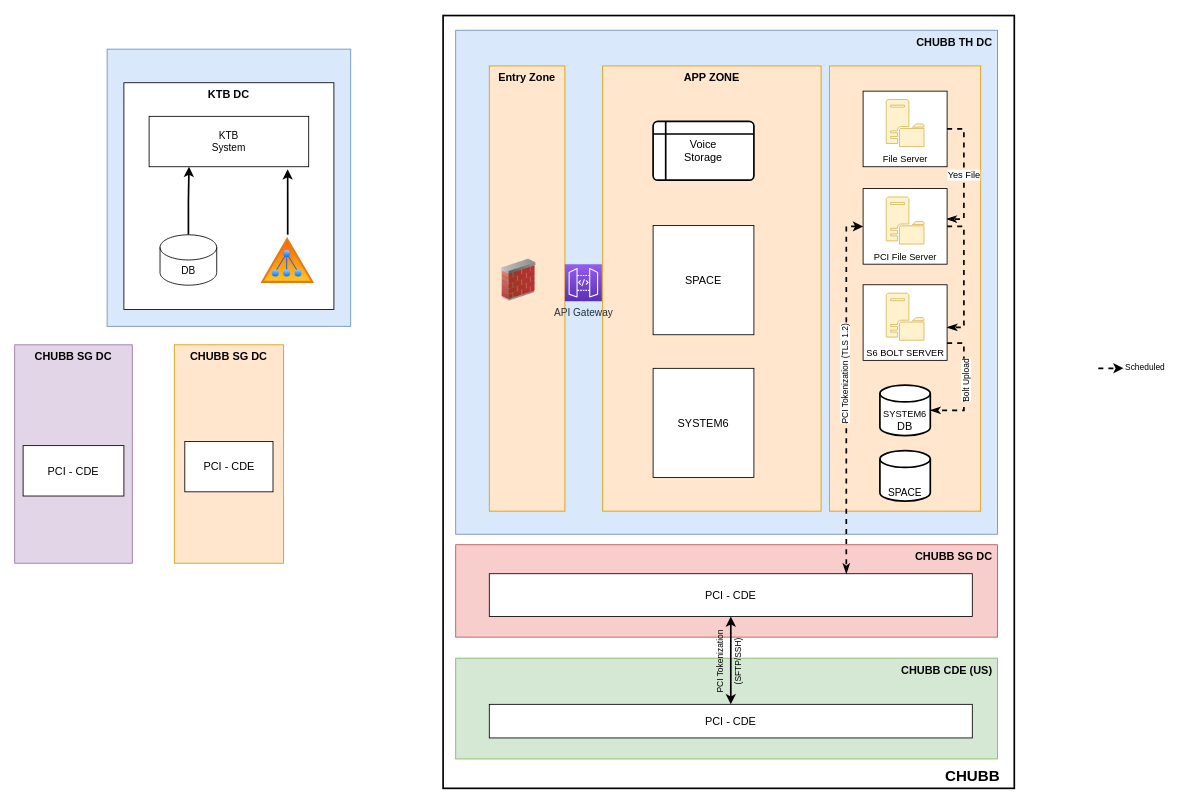
saileshsharma/saileshsharma keeps this draw.io diagram as KTB.drawio. Above is the earlier version. Source tidied: cells renumbered, new cells numbered last; positions are measured from the earlier drawing's top-left corner, leaving out a move shared by most shapes. Both pictures are drawn from the tidied source at 84%, with x=0, y=0 at pixel (14, 15).
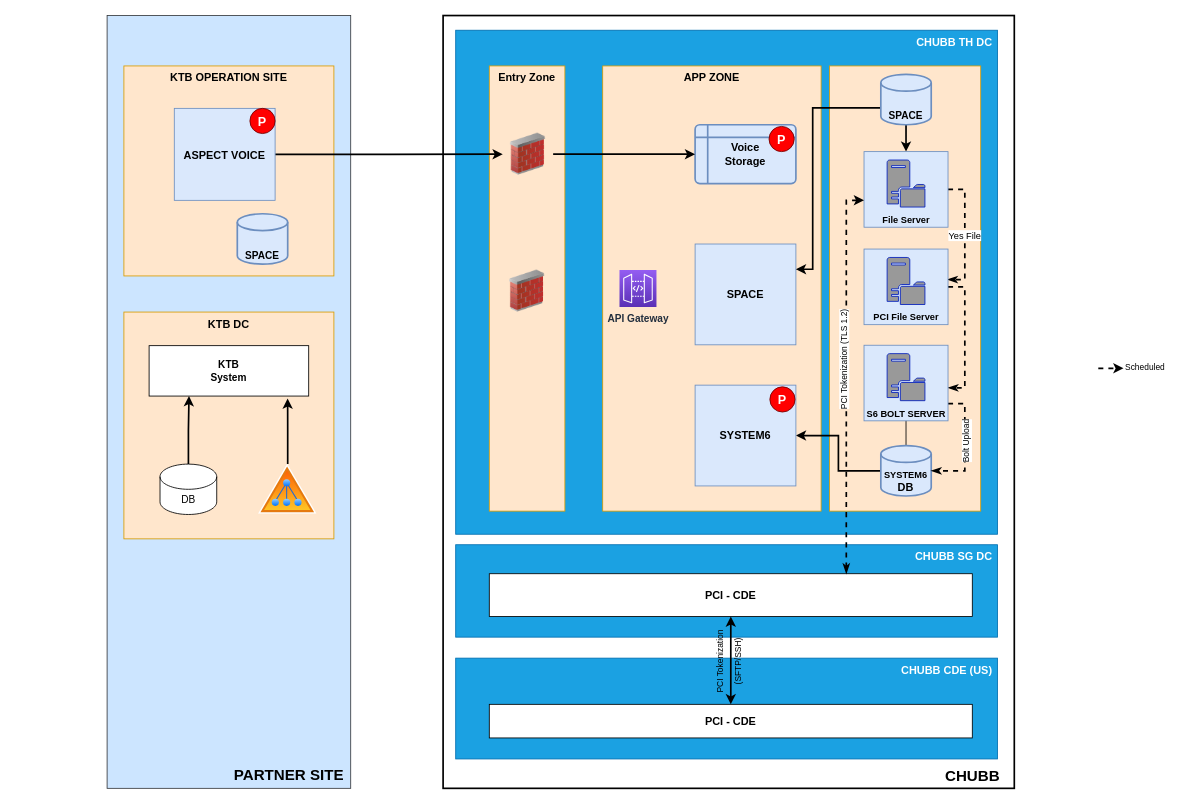
The same page after the edit.

Change to the diagram source:
```diff
@@
-    <mxCell id="2" style="rounded=0;whiteSpace=wrap;html=1;fillColor=#dae8fc;strokeColor=#6c8ebf;" parent="1" vertex="1">
-      <mxGeometry x="110" y="40" width="290" height="330" as="geometry" />
+    <mxCell id="2" value="&lt;div style=&quot;&quot;&gt;&lt;span style=&quot;background-color: initial; font-size: 18px;&quot;&gt;&lt;b&gt;PARTNER SITE&lt;/b&gt;&lt;/span&gt;&lt;/div&gt;" style="rounded=0;whiteSpace=wrap;html=1;fillColor=#cce5ff;strokeColor=#36393d;verticalAlign=bottom;align=right;spacingRight=6;spacingBottom=1;" parent="1" vertex="1">
+      <mxGeometry x="110" width="290" height="920" as="geometry" />
     </mxCell>
-    <mxCell id="3" value="KTB DC" style="rounded=0;whiteSpace=wrap;html=1;verticalAlign=top;fontStyle=1;fontSize=13;" parent="1" vertex="1">
-      <mxGeometry x="130" y="80" width="250" height="270" as="geometry" />
+    <mxCell id="3" value="KTB DC" style="rounded=0;whiteSpace=wrap;html=1;verticalAlign=top;fontStyle=1;fontSize=13;fillColor=#ffe6cc;strokeColor=#d79b00;" parent="1" vertex="1">
+      <mxGeometry x="130" y="353" width="250" height="270" as="geometry" />
     </mxCell>
@@
     <mxCell id="5" value="DB" style="shape=cylinder3;whiteSpace=wrap;html=1;boundedLbl=1;backgroundOutline=1;size=15;" parent="1" vertex="1">
-      <mxGeometry x="173" y="261" width="67.5" height="60" as="geometry" />
+      <mxGeometry x="173" y="534" width="67.5" height="60" as="geometry" />
     </mxCell>
@@
     <mxCell id="7" style="perimeter=ellipsePerimeter;html=1;align=center;shadow=0;dashed=0;spacingTop=3;image;image=img/lib/active_directory/active_directory.svg;" parent="1" vertex="1">
-      <mxGeometry x="290" y="261" width="70" height="59.5" as="geometry" />
+      <mxGeometry x="290" y="534" width="70" height="59.5" as="geometry" />
     </mxCell>
-    <mxCell id="8" value="KTB&lt;br&gt;System" style="rounded=0;whiteSpace=wrap;html=1;" parent="1" vertex="1">
-      <mxGeometry x="160" y="120" width="190" height="60" as="geometry" />
+    <mxCell id="8" value="&lt;b&gt;KTB&lt;br&gt;System&lt;/b&gt;" style="rounded=0;whiteSpace=wrap;html=1;" parent="1" vertex="1">
+      <mxGeometry x="160" y="393" width="190" height="60" as="geometry" />
     </mxCell>
@@
-    <mxCell id="10" value="CHUBB TH DC" style="rounded=0;whiteSpace=wrap;html=1;verticalAlign=top;fontStyle=1;fontSize=13;fillColor=#dae8fc;strokeColor=#6c8ebf;align=right;spacingRight=4;" parent="1" vertex="1">
+    <mxCell id="10" value="CHUBB TH DC" style="rounded=0;whiteSpace=wrap;html=1;verticalAlign=top;fontStyle=1;fontSize=13;fillColor=#1ba1e2;strokeColor=#006EAF;align=right;spacingRight=4;fontColor=#ffffff;" parent="1" vertex="1">
       <mxGeometry x="525" y="17.5" width="645" height="600" as="geometry" />
     </mxCell>
-    <mxCell id="11" value="CHUBB SG DC" style="rounded=0;whiteSpace=wrap;html=1;verticalAlign=top;fontStyle=1;fontSize=13;fillColor=#e1d5e7;strokeColor=#9673a6;" parent="1" vertex="1">
-      <mxGeometry y="392" width="140" height="260" as="geometry" />
-    </mxCell>
-    <mxCell id="12" value="PCI - CDE" style="rounded=0;whiteSpace=wrap;html=1;fontSize=13;" parent="1" vertex="1">
-      <mxGeometry x="10" y="512" width="120" height="60" as="geometry" />
-    </mxCell>
-    <mxCell id="13" value="CHUBB SG DC" style="rounded=0;whiteSpace=wrap;html=1;verticalAlign=top;fontStyle=1;fontSize=13;fillColor=#ffe6cc;strokeColor=#d79b00;" parent="1" vertex="1">
-      <mxGeometry x="190" y="392" width="130" height="260" as="geometry" />
-    </mxCell>
-    <mxCell id="14" value="PCI - CDE" style="rounded=0;whiteSpace=wrap;html=1;fontSize=13;" parent="1" vertex="1">
-      <mxGeometry x="202.5" y="507" width="105" height="60" as="geometry" />
-    </mxCell>
@@
     <mxCell id="17" style="image;html=1;image=img/lib/clip_art/networking/Firewall_02_128x128.png;fontSize=13;fillColor=default;" parent="1" vertex="1">
-      <mxGeometry x="570" y="290" width="60" height="50" as="geometry" />
+      <mxGeometry x="580" y="303" width="60" height="50" as="geometry" />
     </mxCell>
@@
-    <mxCell id="19" value="SPACE" style="rounded=0;whiteSpace=wrap;html=1;fontSize=13;fillColor=default;" parent="1" vertex="1">
-      <mxGeometry x="760" y="250" width="120" height="130" as="geometry" />
+    <mxCell id="19" value="SPACE" style="rounded=0;whiteSpace=wrap;html=1;fontSize=13;fillColor=#dae8fc;strokeColor=#6c8ebf;fontStyle=1;" parent="1" vertex="1">
+      <mxGeometry x="810" y="272" width="120" height="120" as="geometry" />
     </mxCell>
-    <mxCell id="20" value="Voice&lt;br&gt;Storage" style="shape=internalStorage;whiteSpace=wrap;html=1;dx=15;dy=15;rounded=1;arcSize=8;strokeWidth=2;fontSize=13;fillColor=default;" parent="1" vertex="1">
-      <mxGeometry x="760" y="126" width="120" height="70" as="geometry" />
+    <mxCell id="20" value="Voice&lt;br&gt;Storage" style="shape=internalStorage;whiteSpace=wrap;html=1;dx=15;dy=15;rounded=1;arcSize=8;strokeWidth=2;fontSize=13;fillColor=#dae8fc;strokeColor=#6c8ebf;fontStyle=1;" parent="1" vertex="1">
+      <mxGeometry x="810" y="130" width="120" height="70" as="geometry" />
     </mxCell>
+    <mxCell id="45" style="edgeStyle=orthogonalEdgeStyle;rounded=0;jettySize=auto;html=1;fontSize=15;fontColor=#000000;" parent="1" edge="1" source="21" target="42">
+      <mxGeometry relative="1" as="geometry" />
+    </mxCell>
+    <mxCell id="46" style="edgeStyle=orthogonalEdgeStyle;rounded=0;jettySize=auto;html=1;fontSize=15;fontColor=#000000;strokeWidth=2;" parent="1" edge="1" source="21" target="24">
+      <mxGeometry relative="1" as="geometry" />
+    </mxCell>
-    <mxCell id="21" value="&lt;span style=&quot;font-size: 11px;&quot;&gt;SYSTEM6&lt;br&gt;&lt;/span&gt;DB" style="strokeWidth=2;html=1;shape=mxgraph.flowchart.database;whiteSpace=wrap;fontSize=13;fillColor=default;verticalAlign=bottom;" parent="1" vertex="1">
-      <mxGeometry x="1030" y="440" width="60" height="60" as="geometry" />
+    <mxCell id="21" value="&lt;b&gt;&lt;span style=&quot;font-size: 11px;&quot;&gt;SYSTEM6&lt;br&gt;&lt;/span&gt;DB&lt;/b&gt;" style="strokeWidth=2;html=1;shape=mxgraph.flowchart.database;whiteSpace=wrap;fontSize=13;fillColor=#dae8fc;verticalAlign=bottom;strokeColor=#6c8ebf;" parent="1" vertex="1">
+      <mxGeometry x="1031.1" y="512" width="60" height="60" as="geometry" />
     </mxCell>
+    <mxCell id="47" style="edgeStyle=orthogonalEdgeStyle;rounded=0;jettySize=auto;html=1;entryX=1;entryY=0.25;entryDx=0;entryDy=0;fontSize=15;fontColor=#000000;strokeWidth=2;" parent="1" edge="1" source="22" target="19">
+      <mxGeometry relative="1" as="geometry">
+        <Array as="points">
+          <mxPoint x="950" y="110" />
+          <mxPoint x="950" y="302" />
+        </Array>
+      </mxGeometry>
+    </mxCell>
+    <mxCell id="48" style="edgeStyle=orthogonalEdgeStyle;rounded=0;jettySize=auto;html=1;entryX=0.5;entryY=0;entryDx=0;entryDy=0;fontSize=15;fontColor=#000000;strokeWidth=2;" parent="1" edge="1" source="22" target="32">
+      <mxGeometry relative="1" as="geometry" />
+    </mxCell>
-    <mxCell id="22" value="&lt;span style=&quot;font-size: 12px;&quot;&gt;SPACE&lt;/span&gt;" style="strokeWidth=2;html=1;shape=mxgraph.flowchart.database;whiteSpace=wrap;fontSize=13;fillColor=default;verticalAlign=bottom;" parent="1" vertex="1">
-      <mxGeometry x="1030" y="518" width="60" height="60" as="geometry" />
+    <mxCell id="22" value="&lt;span style=&quot;font-size: 12px;&quot;&gt;&lt;b&gt;SPACE&lt;/b&gt;&lt;/span&gt;" style="strokeWidth=2;html=1;shape=mxgraph.flowchart.database;whiteSpace=wrap;fontSize=13;fillColor=#dae8fc;verticalAlign=bottom;strokeColor=#6c8ebf;" parent="1" vertex="1">
+      <mxGeometry x="1031.1" y="70" width="60" height="60" as="geometry" />
     </mxCell>
-    <mxCell id="23" value="API Gateway" style="sketch=0;fontColor=#232F3E;gradientColor=#945DF2;gradientDirection=north;fillColor=#5A30B5;strokeColor=#ffffff;dashed=0;verticalLabelPosition=bottom;verticalAlign=top;align=center;html=1;fontSize=12;fontStyle=0;shape=mxgraph.aws4.resourceIcon;resIcon=mxgraph.aws4.api_gateway;" parent="1" vertex="1">
-      <mxGeometry x="655" y="296" width="44" height="44" as="geometry" />
+    <mxCell id="23" value="&lt;b&gt;API Gateway&lt;/b&gt;" style="sketch=0;fontColor=#232F3E;gradientColor=#945DF2;gradientDirection=north;fillColor=#5A30B5;strokeColor=#ffffff;dashed=0;verticalLabelPosition=bottom;verticalAlign=top;align=center;html=1;fontSize=12;fontStyle=0;shape=mxgraph.aws4.resourceIcon;resIcon=mxgraph.aws4.api_gateway;" parent="1" vertex="1">
+      <mxGeometry x="720" y="303" width="44" height="44" as="geometry" />
     </mxCell>
-    <mxCell id="24" value="SYSTEM6" style="rounded=0;whiteSpace=wrap;html=1;fontSize=13;fillColor=default;" parent="1" vertex="1">
-      <mxGeometry x="760" y="420" width="120" height="130" as="geometry" />
+    <mxCell id="24" value="&lt;b&gt;SYSTEM6&lt;/b&gt;" style="rounded=0;whiteSpace=wrap;html=1;fontSize=13;fillColor=#dae8fc;strokeColor=#6c8ebf;" parent="1" vertex="1">
+      <mxGeometry x="810" y="440" width="120" height="120" as="geometry" />
     </mxCell>
-    <mxCell id="25" value="CHUBB SG DC" style="rounded=0;whiteSpace=wrap;html=1;verticalAlign=top;fontStyle=1;fontSize=13;fillColor=#f8cecc;strokeColor=#b85450;align=right;spacingRight=4;" parent="1" vertex="1">
+    <mxCell id="25" value="CHUBB SG DC" style="rounded=0;whiteSpace=wrap;html=1;verticalAlign=top;fontStyle=1;fontSize=13;fillColor=#1ba1e2;strokeColor=#006EAF;align=right;spacingRight=4;fontColor=#ffffff;" parent="1" vertex="1">
       <mxGeometry x="525" y="630" width="645" height="110" as="geometry" />
     </mxCell>
-    <mxCell id="26" value="CHUBB CDE (US)" style="rounded=0;whiteSpace=wrap;html=1;verticalAlign=top;fontStyle=1;fontSize=13;fillColor=#d5e8d4;strokeColor=#82b366;align=right;spacingRight=4;" parent="1" vertex="1">
+    <mxCell id="26" value="CHUBB CDE (US)" style="rounded=0;whiteSpace=wrap;html=1;verticalAlign=top;fontStyle=1;fontSize=13;fillColor=#1ba1e2;strokeColor=#006EAF;align=right;spacingRight=4;fontColor=#ffffff;" parent="1" vertex="1">
       <mxGeometry x="525" y="765" width="645" height="120" as="geometry" />
     </mxCell>
-    <mxCell id="27" value="PCI - CDE" style="rounded=0;whiteSpace=wrap;html=1;fontSize=13;fillColor=default;" parent="1" vertex="1">
+    <mxCell id="27" value="&lt;b&gt;PCI - CDE&lt;/b&gt;" style="rounded=0;whiteSpace=wrap;html=1;fontSize=13;fillColor=default;" parent="1" vertex="1">
       <mxGeometry x="565" y="664.5" width="575" height="51" as="geometry" />
     </mxCell>
@@
-    <mxCell id="30" value="PCI - CDE" style="rounded=0;whiteSpace=wrap;html=1;fontSize=13;fillColor=default;" parent="1" vertex="1">
+    <mxCell id="30" value="&lt;b&gt;PCI - CDE&lt;/b&gt;" style="rounded=0;whiteSpace=wrap;html=1;fontSize=13;fillColor=default;" parent="1" vertex="1">
       <mxGeometry x="565" y="820" width="575" height="40" as="geometry" />
     </mxCell>
     <mxCell id="31" value="Yes File" style="edgeStyle=orthogonalEdgeStyle;rounded=0;jettySize=auto;html=1;fontSize=11;startArrow=none;startFill=0;endArrow=classicThin;endFill=1;strokeWidth=2;entryX=0.993;entryY=0.403;entryDx=0;entryDy=0;entryPerimeter=0;dashed=1;" parent="1" edge="1" source="32" target="37">
       <mxGeometry x="0.01" relative="1" as="geometry">
         <Array as="points">
-          <mxPoint x="1130" y="135" />
-          <mxPoint x="1130" y="242" />
+          <mxPoint x="1131.1" y="207" />
+          <mxPoint x="1131.1" y="314" />
         </Array>
       </mxGeometry>
     </mxCell>
-    <mxCell id="32" style="rounded=0;whiteSpace=wrap;html=1;labelBackgroundColor=default;fontSize=10;strokeColor=#000000;strokeWidth=1;fillColor=default;" parent="1" vertex="1">
-      <mxGeometry x="1010" y="90" width="100" height="90" as="geometry" />
+    <mxCell id="32" style="rounded=0;whiteSpace=wrap;html=1;labelBackgroundColor=default;fontSize=10;strokeColor=#6c8ebf;strokeWidth=1;fillColor=#dae8fc;fontStyle=1;" parent="1" vertex="1">
+      <mxGeometry x="1011.1" y="162" width="100" height="90" as="geometry" />
     </mxCell>
-    <mxCell id="33" value="&lt;font style=&quot;font-size: 11px;&quot;&gt;File Server&lt;/font&gt;" style="sketch=0;shadow=0;dashed=0;html=1;strokeColor=#d6b656;fillColor=#fff2cc;labelPosition=center;verticalLabelPosition=bottom;verticalAlign=top;align=center;shape=mxgraph.office.servers.file_server;fontSize=13;" parent="1" vertex="1">
-      <mxGeometry x="1037.5" y="100" width="45" height="56" as="geometry" />
+    <mxCell id="33" value="&lt;font color=&quot;#000000&quot; style=&quot;font-size: 11px;&quot;&gt;&lt;b&gt;File Server&lt;/b&gt;&lt;/font&gt;" style="sketch=0;shadow=0;dashed=0;html=1;strokeColor=#001DBC;fillColor=#999999;labelPosition=center;verticalLabelPosition=bottom;verticalAlign=top;align=center;shape=mxgraph.office.servers.file_server;fontSize=13;fontColor=#ffffff;" parent="1" vertex="1">
+      <mxGeometry x="1038.6" y="172" width="45" height="56" as="geometry" />
     </mxCell>
     <mxCell id="34" style="edgeStyle=orthogonalEdgeStyle;rounded=0;jettySize=auto;html=1;entryX=1;entryY=0.564;entryDx=0;entryDy=0;entryPerimeter=0;fontSize=11;startArrow=none;startFill=0;endArrow=classicThin;endFill=1;strokeWidth=2;dashed=1;" parent="1" edge="1" source="37" target="41">
       <mxGeometry relative="1" as="geometry">
         <Array as="points">
-          <mxPoint x="1130" y="251" />
-          <mxPoint x="1130" y="371" />
+          <mxPoint x="1131.1" y="323" />
+          <mxPoint x="1131.1" y="443" />
         </Array>
       </mxGeometry>
     </mxCell>
-    <mxCell id="35" style="edgeStyle=orthogonalEdgeStyle;rounded=0;jettySize=auto;html=1;fontSize=11;startArrow=classic;startFill=1;endArrow=classicThin;endFill=1;strokeWidth=2;dashed=1;" parent="1" edge="1" source="37" target="27">
+    <mxCell id="35" style="edgeStyle=orthogonalEdgeStyle;rounded=0;jettySize=auto;html=1;fontSize=11;startArrow=classic;startFill=1;endArrow=classicThin;endFill=1;strokeWidth=2;dashed=1;" parent="1" edge="1" source="32" target="27">
       <mxGeometry relative="1" as="geometry">
         <Array as="points">
-          <mxPoint x="990" y="251" />
+          <mxPoint x="990" y="220" />
         </Array>
       </mxGeometry>
     </mxCell>
@@
-    <mxCell id="37" style="rounded=0;whiteSpace=wrap;html=1;labelBackgroundColor=default;fontSize=10;strokeColor=#000000;strokeWidth=1;fillColor=default;" parent="1" vertex="1">
-      <mxGeometry x="1010" y="206" width="100" height="90" as="geometry" />
+    <mxCell id="37" style="rounded=0;whiteSpace=wrap;html=1;labelBackgroundColor=default;fontSize=10;strokeColor=#6c8ebf;strokeWidth=1;fillColor=#dae8fc;" parent="1" vertex="1">
+      <mxGeometry x="1011.1" y="278" width="100" height="90" as="geometry" />
     </mxCell>
-    <mxCell id="38" value="&lt;font style=&quot;font-size: 11px;&quot;&gt;PCI File Server&lt;/font&gt;" style="sketch=0;shadow=0;dashed=0;html=1;strokeColor=#d6b656;fillColor=#fff2cc;labelPosition=center;verticalLabelPosition=bottom;verticalAlign=top;align=center;shape=mxgraph.office.servers.file_server;fontSize=13;" parent="1" vertex="1">
-      <mxGeometry x="1037.5" y="216" width="45" height="56" as="geometry" />
+    <mxCell id="38" value="&lt;font style=&quot;font-size: 11px;&quot;&gt;&lt;b&gt;PCI File Server&lt;/b&gt;&lt;/font&gt;" style="sketch=0;shadow=0;dashed=0;html=1;strokeColor=#001DBC;fillColor=#999999;labelPosition=center;verticalLabelPosition=bottom;verticalAlign=top;align=center;shape=mxgraph.office.servers.file_server;fontSize=13;" parent="1" vertex="1">
+      <mxGeometry x="1038.6" y="288" width="45" height="56" as="geometry" />
     </mxCell>
     <mxCell id="39" style="edgeStyle=orthogonalEdgeStyle;rounded=0;jettySize=auto;html=1;entryX=1;entryY=0.5;entryDx=0;entryDy=0;entryPerimeter=0;fontSize=10;startArrow=none;startFill=0;endArrow=classicThin;endFill=1;strokeWidth=2;dashed=1;" parent="1" edge="1" source="41" target="21">
       <mxGeometry relative="1" as="geometry">
         <Array as="points">
-          <mxPoint x="1130" y="390" />
-          <mxPoint x="1130" y="470" />
+          <mxPoint x="1131.1" y="462" />
+          <mxPoint x="1131.1" y="542" />
         </Array>
       </mxGeometry>
     </mxCell>
@@
-    <mxCell id="41" style="rounded=0;whiteSpace=wrap;html=1;labelBackgroundColor=default;fontSize=10;strokeColor=#000000;strokeWidth=1;fillColor=default;" parent="1" vertex="1">
-      <mxGeometry x="1010" y="320.5" width="100" height="90" as="geometry" />
+    <mxCell id="41" style="rounded=0;whiteSpace=wrap;html=1;labelBackgroundColor=default;fontSize=10;strokeColor=#6c8ebf;strokeWidth=1;fillColor=#dae8fc;" parent="1" vertex="1">
+      <mxGeometry x="1011.1" y="392.5" width="100" height="90" as="geometry" />
     </mxCell>
-    <mxCell id="42" value="&lt;font style=&quot;font-size: 11px;&quot;&gt;S6 BOLT SERVER&lt;/font&gt;" style="sketch=0;shadow=0;dashed=0;html=1;strokeColor=#d6b656;fillColor=#fff2cc;labelPosition=center;verticalLabelPosition=bottom;verticalAlign=top;outlineConnect=0;align=center;shape=mxgraph.office.servers.file_server;fontSize=13;" parent="1" vertex="1">
-      <mxGeometry x="1037.5" y="330.5" width="45" height="56" as="geometry" />
+    <mxCell id="42" value="&lt;font style=&quot;font-size: 11px;&quot;&gt;&lt;b&gt;S6 BOLT SERVER&lt;/b&gt;&lt;/font&gt;" style="sketch=0;shadow=0;dashed=0;html=1;strokeColor=#001DBC;fillColor=#999999;labelPosition=center;verticalLabelPosition=bottom;verticalAlign=top;outlineConnect=0;align=center;shape=mxgraph.office.servers.file_server;fontSize=13;" parent="1" vertex="1">
+      <mxGeometry x="1038.6" y="402.5" width="45" height="56" as="geometry" />
     </mxCell>
@@
+    <mxCell id="49" value="&lt;span style=&quot;font-size: 15px;&quot;&gt;P&lt;/span&gt;" style="ellipse;whiteSpace=wrap;html=1;fillColor=#FF0000;fontColor=#ffffff;strokeColor=#6F0000;fontSize=15;fontStyle=1;" parent="1" vertex="1">
+      <mxGeometry x="899" y="442" width="30" height="30" as="geometry" />
+    </mxCell>
+    <mxCell id="50" value="&lt;span style=&quot;font-size: 15px;&quot;&gt;P&lt;/span&gt;" style="ellipse;whiteSpace=wrap;html=1;fillColor=#FF0000;fontColor=#ffffff;strokeColor=#6F0000;fontSize=15;fontStyle=1;" parent="1" vertex="1">
+      <mxGeometry x="898" y="132" width="30" height="30" as="geometry" />
+    </mxCell>
+    <mxCell id="51" value="KTB OPERATION SITE" style="rounded=0;whiteSpace=wrap;html=1;verticalAlign=top;fontStyle=1;fontSize=13;fillColor=#ffe6cc;strokeColor=#d79b00;" parent="1" vertex="1">
+      <mxGeometry x="130" y="60" width="250" height="250" as="geometry" />
+    </mxCell>
+    <mxCell id="52" style="edgeStyle=orthogonalEdgeStyle;rounded=0;jettySize=auto;html=1;entryX=0;entryY=0.5;entryDx=0;entryDy=0;fontSize=15;fontColor=#000000;strokeWidth=2;" parent="1" edge="1" source="53" target="57">
+      <mxGeometry relative="1" as="geometry" />
+    </mxCell>
+    <mxCell id="53" value="&lt;b style=&quot;font-size: 13px;&quot;&gt;ASPECT VOICE&lt;/b&gt;" style="rounded=0;whiteSpace=wrap;html=1;fontSize=15;fillColor=#dae8fc;strokeColor=#6c8ebf;" parent="1" vertex="1">
+      <mxGeometry x="190" y="110.5" width="120" height="109.5" as="geometry" />
+    </mxCell>
+    <mxCell id="54" value="&lt;span style=&quot;font-size: 12px;&quot;&gt;&lt;b&gt;SPACE&lt;/b&gt;&lt;/span&gt;" style="strokeWidth=2;html=1;shape=mxgraph.flowchart.database;whiteSpace=wrap;fontSize=13;fillColor=#dae8fc;verticalAlign=bottom;strokeColor=#6c8ebf;" parent="1" vertex="1">
+      <mxGeometry x="265" y="236" width="60" height="60" as="geometry" />
+    </mxCell>
+    <mxCell id="55" value="&lt;span style=&quot;font-size: 15px;&quot;&gt;P&lt;/span&gt;" style="ellipse;whiteSpace=wrap;html=1;fillColor=#FF0000;fontColor=#ffffff;strokeColor=#6F0000;fontSize=15;fontStyle=1;" parent="1" vertex="1">
+      <mxGeometry x="280" y="110.5" width="30" height="30" as="geometry" />
+    </mxCell>
+    <mxCell id="56" style="edgeStyle=orthogonalEdgeStyle;rounded=0;jettySize=auto;html=1;entryX=0;entryY=0.5;entryDx=0;entryDy=0;fontSize=15;fontColor=#000000;strokeWidth=2;" parent="1" edge="1" source="57" target="20">
+      <mxGeometry relative="1" as="geometry" />
+    </mxCell>
+    <mxCell id="57" style="image;html=1;image=img/lib/clip_art/networking/Firewall_02_128x128.png;fontSize=13;fillColor=default;" parent="1" vertex="1">
+      <mxGeometry x="581" y="140" width="60" height="50" as="geometry" />
+    </mxCell>
```
